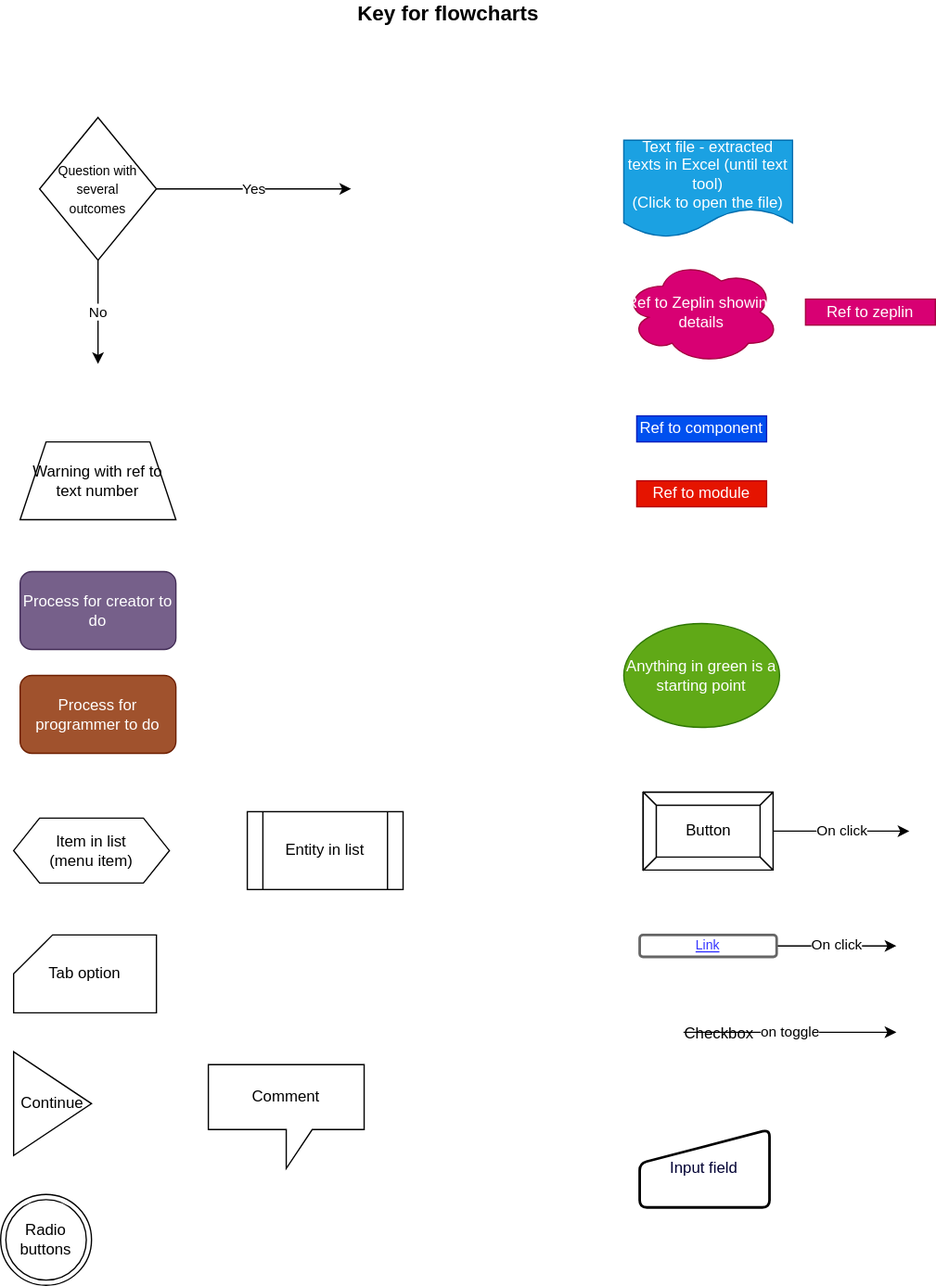
Before: key.drawio.svg, a diagram exported from draw.io (ji-devs/ji-cloud-flowcharts). Source tidied: cells renumbered, new cells last; positions are measured from the earlier drawing's top-left corner, leaving out a move shared by most shapes.
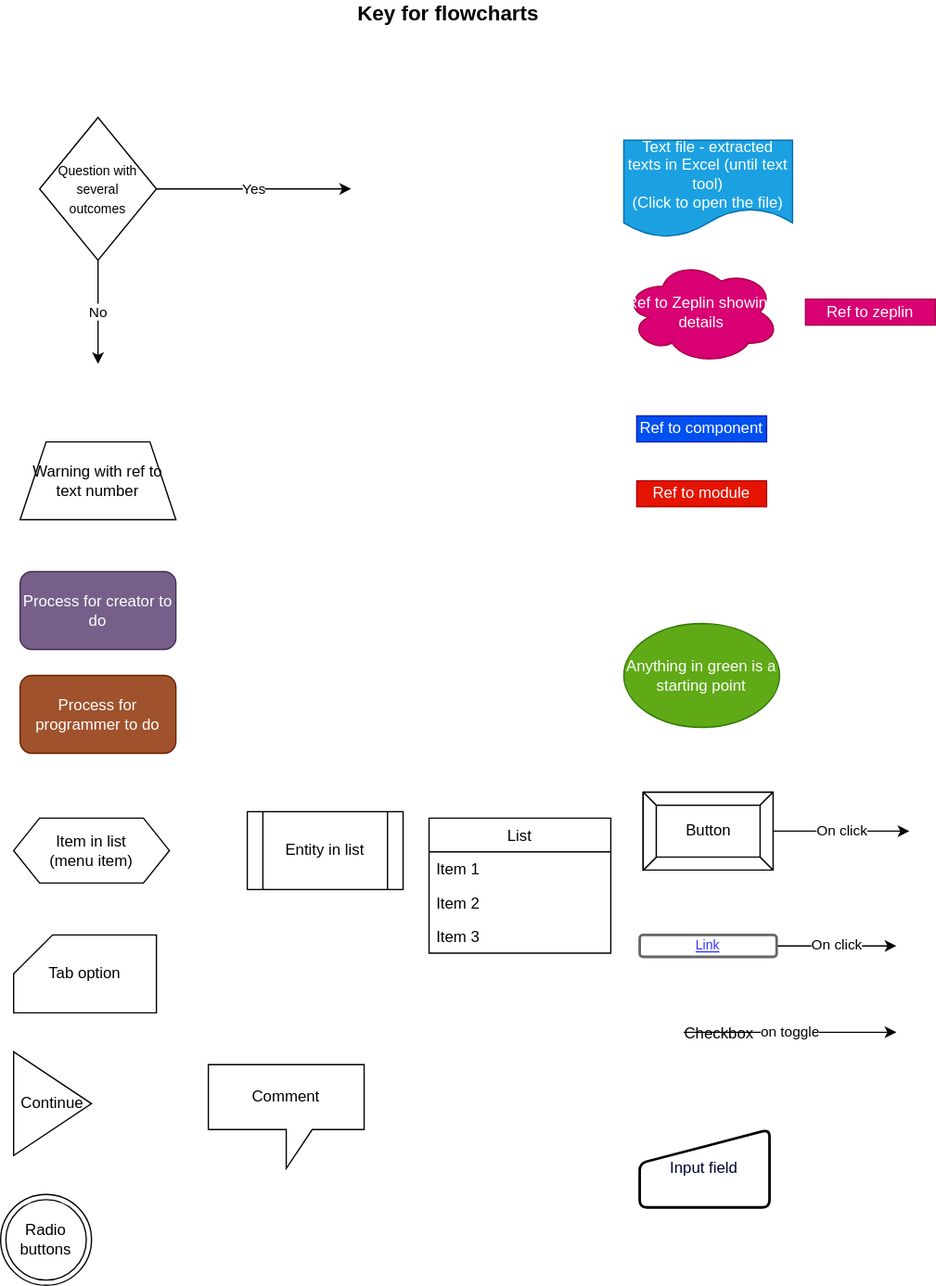
Above is the later version.

The edit, as a diff of the source:
```diff
@@ -96,5 +96,17 @@
     <mxCell id="27" value="Input field" style="html=1;strokeWidth=2;shape=manualInput;whiteSpace=wrap;rounded=1;size=26;arcSize=11;fillColor=#FFFFFF;fontColor=#000033;labelBackgroundColor=none;" parent="1" vertex="1">
       <mxGeometry x="492.2" y="870" width="100" height="60" as="geometry" />
     </mxCell>
+    <mxCell id="28" value="List" style="swimlane;fontStyle=0;horizontal=1;startSize=26;fillColor=none;" parent="1" vertex="1">
+      <mxGeometry x="330" y="630" width="140" height="104" as="geometry" />
+    </mxCell>
+    <mxCell id="29" value="Item 1" style="text;strokeColor=none;fillColor=none;align=left;verticalAlign=top;spacingLeft=4;spacingRight=4;overflow=hidden;" parent="28" vertex="1">
+      <mxGeometry y="26" width="140" height="26" as="geometry" />
+    </mxCell>
+    <mxCell id="30" value="Item 2" style="text;strokeColor=none;fillColor=none;align=left;verticalAlign=top;spacingLeft=4;spacingRight=4;overflow=hidden;" parent="28" vertex="1">
+      <mxGeometry y="52" width="140" height="26" as="geometry" />
+    </mxCell>
+    <mxCell id="31" value="Item 3" style="text;strokeColor=none;fillColor=none;align=left;verticalAlign=top;spacingLeft=4;spacingRight=4;overflow=hidden;" parent="28" vertex="1">
+      <mxGeometry y="78" width="140" height="26" as="geometry" />
+    </mxCell>
   </root>
 </mxGraphModel>
```
